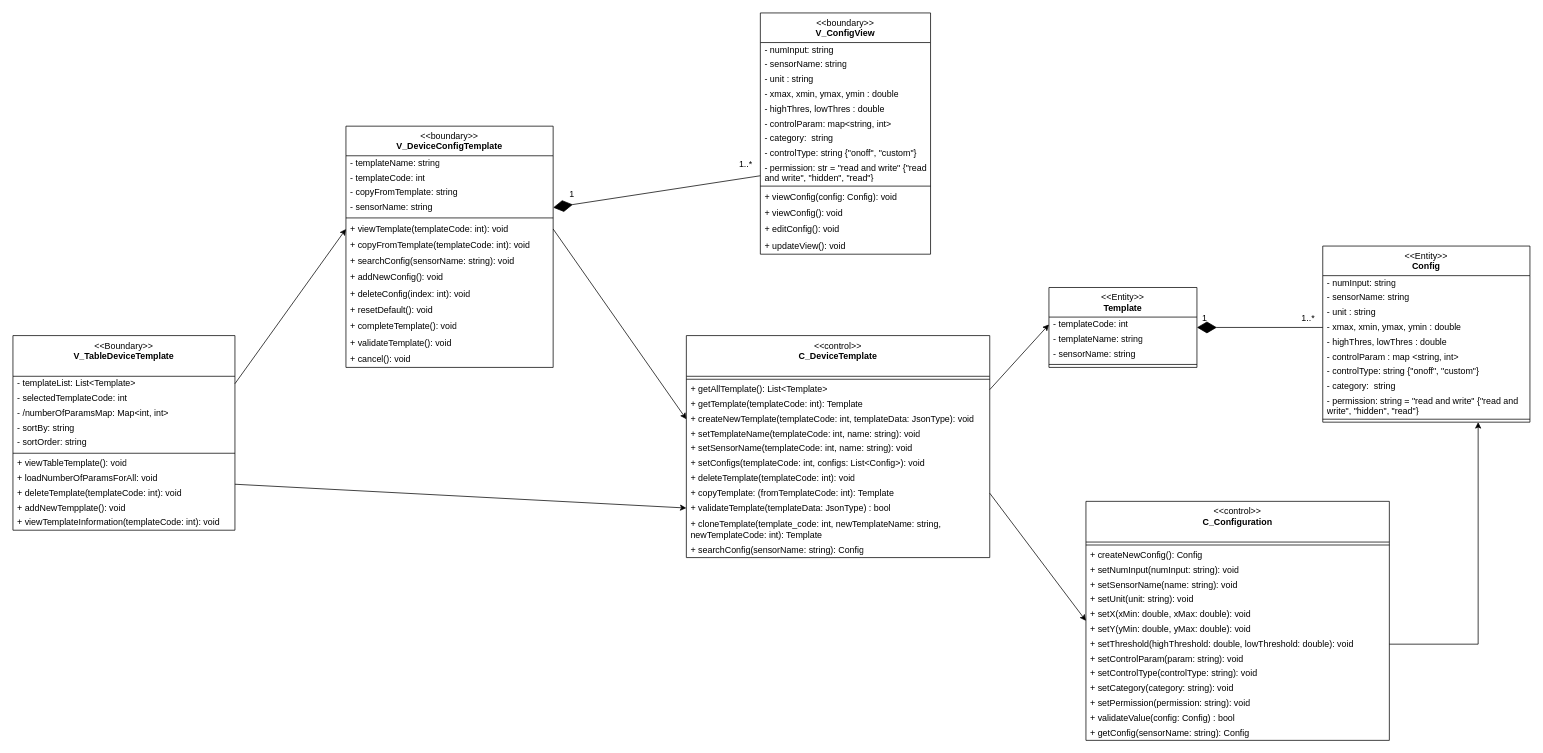
The draw.io diagram Class diagram/type_device_management_class.drawio in cuongceg/BTL-IT3120, before the edit. Source tidied: cells renumbered, new cells numbered last; positions are measured from the earlier drawing's top-left corner, leaving out a move shared by most shapes. Both pictures are drawn from the tidied source at 74%, with x=0, y=0 at pixel (13, 13).
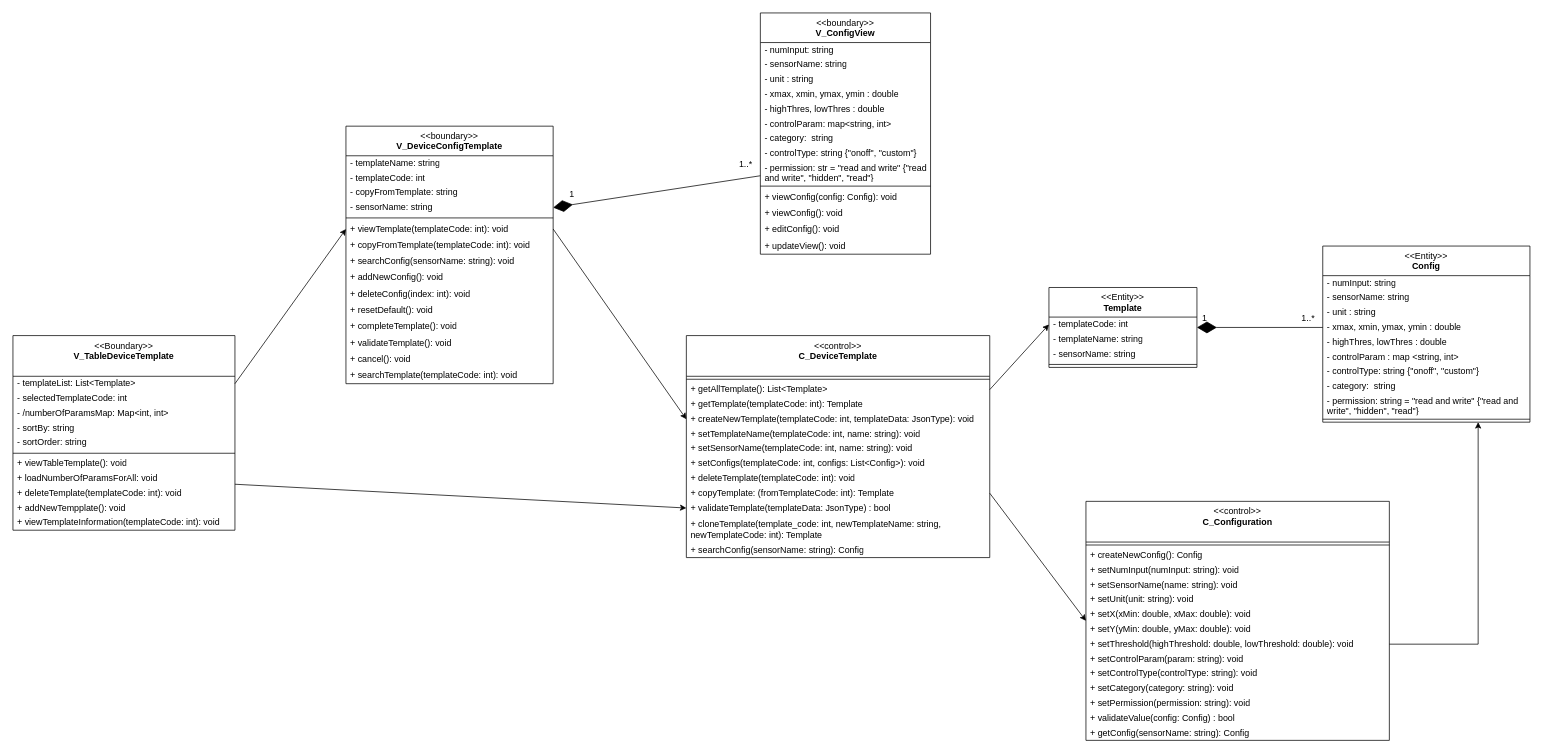
Above is the later version.

Commit message:
refactor: added search template fun

What changed in the source:
```diff
@@
     <mxCell id="2" value="&amp;lt;&amp;lt;boundary&amp;gt;&amp;gt;&lt;br&gt;&lt;b&gt;V_DeviceConfigTemplate&lt;/b&gt;&lt;div&gt;&lt;br&gt;&lt;/div&gt;" style="swimlane;fontStyle=0;align=center;verticalAlign=top;horizontal=1;startSize=40;html=1;whiteSpace=wrap;" parent="1" vertex="1">
-      <mxGeometry x="450" y="153" width="280" height="326" as="geometry" />
+      <mxGeometry x="450" y="153" width="280" height="348" as="geometry" />
     </mxCell>
@@
+    <mxCell id="100" value="+ searchTemplate(templateCode: int): void" style="text;html=1;strokeColor=none;fillColor=none;align=left;verticalAlign=middle;spacingLeft=4;spacingRight=4;overflow=hidden;whiteSpace=wrap;" parent="2" vertex="1">
+      <mxGeometry y="326" width="280" height="22" as="geometry" />
+    </mxCell>
```
